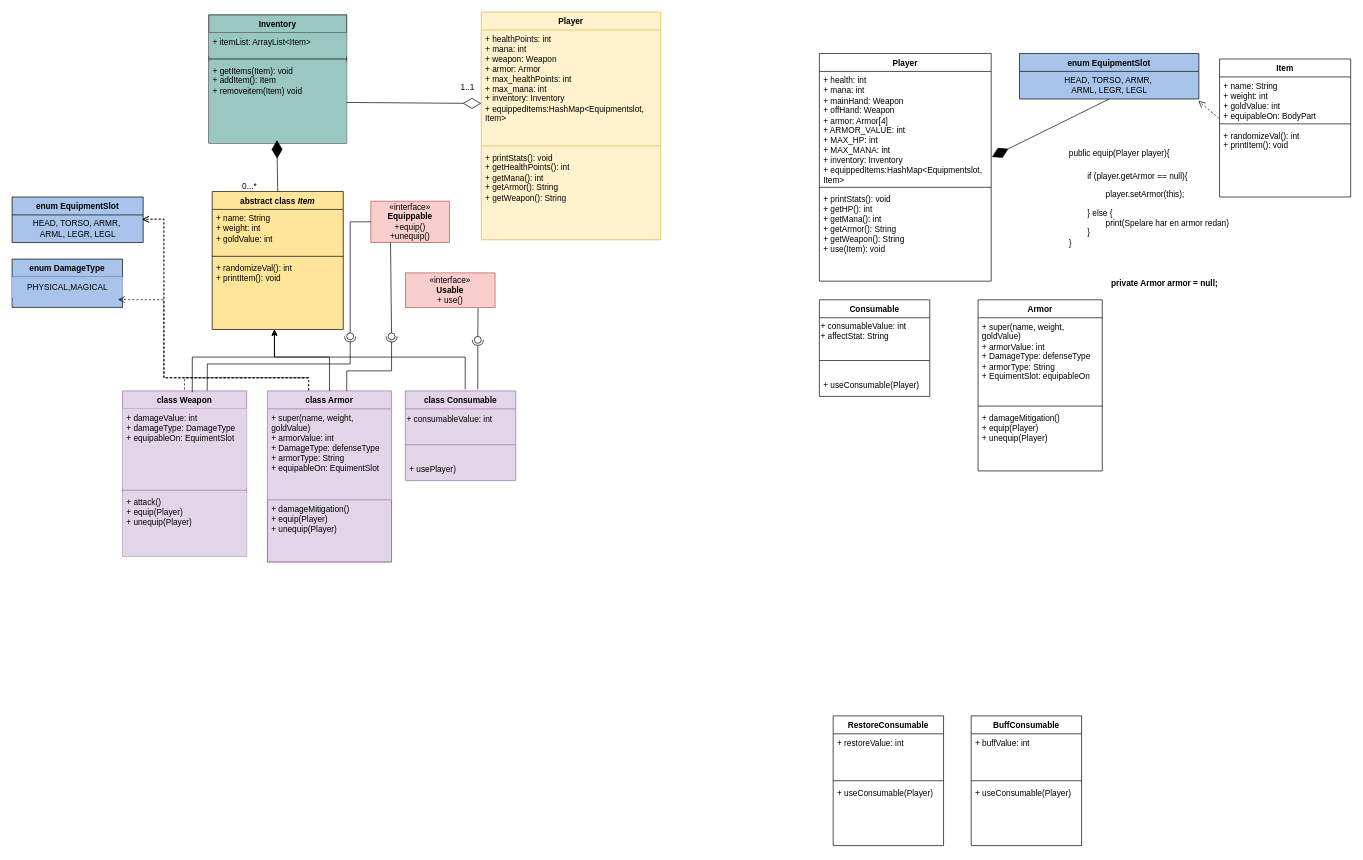
The draw.io diagram .idea/ooad-uml-diagram.drawio in PelleHanspers/ooad-individuell-uppgift-pellehanspers, before the edit. Source tidied: cells renumbered, new cells numbered last; positions are measured from the earlier drawing's top-left corner, leaving out a move shared by most shapes. Both pictures are drawn from the tidied source at 69%, with x=0, y=0 at pixel (12, 12).
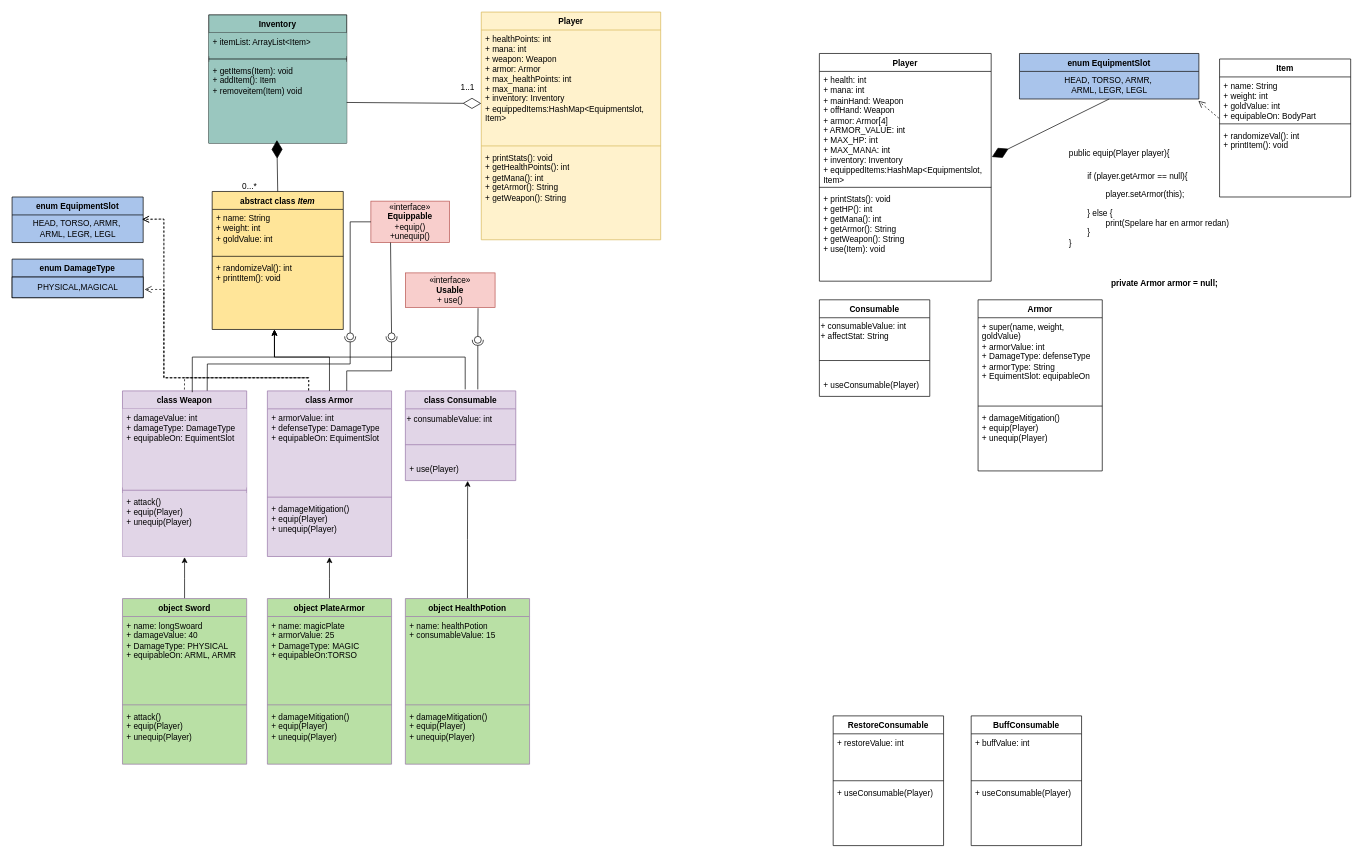
The same diagram, later.

The change refers to these unchanged cells:
```xml
<mxCell id="14" value="class Consumable" style="swimlane;fontStyle=1;align=center;verticalAlign=top;horizontal=1;startSize=26;whiteSpace=wrap;html=1;fillColor=#e1d5e7;strokeColor=#9673a6;swimlaneFillColor=#E1D5E7;" parent="1" vertex="1">
  <mxGeometry x="570" y="549" width="160" height="130" as="geometry" />
</mxCell>
```

Change to the diagram source:
```diff
@@
     <mxCell id="10" value="class Armor" style="swimlane;fontStyle=1;align=center;verticalAlign=top;horizontal=1;startSize=26;whiteSpace=wrap;html=1;fillColor=#e1d5e7;strokeColor=#9673a6;swimlaneFillColor=#E1D5E7;" parent="1" vertex="1">
-      <mxGeometry x="370" y="549" width="180" height="248" as="geometry" />
+      <mxGeometry x="370" y="549" width="180" height="240" as="geometry" />
     </mxCell>
-    <mxCell id="11" value="&lt;div&gt;+ super(name, weight, goldValue)&lt;br&gt;&lt;/div&gt;&lt;div&gt;+ armorValue: int&lt;/div&gt;&lt;div&gt;+ DamageType: defenseType&lt;/div&gt;&lt;div&gt;+ armorType: String&lt;br&gt;&lt;/div&gt;&lt;div&gt;+ equipableOn: EquimentSlot&lt;/div&gt;" style="text;strokeColor=none;fillColor=none;align=left;verticalAlign=top;spacingLeft=4;spacingRight=4;overflow=hidden;whiteSpace=wrap;html=1;" parent="10" vertex="1">
+    <mxCell id="11" value="&lt;div&gt;+ armorValue: int&lt;/div&gt;&lt;div&gt;+ defenseType: DamageType&lt;/div&gt;&lt;div&gt;+ equipableOn: EquimentSlot&lt;/div&gt;" style="text;strokeColor=none;fillColor=none;align=left;verticalAlign=top;spacingLeft=4;spacingRight=4;overflow=hidden;whiteSpace=wrap;html=1;" parent="10" vertex="1">
       <mxGeometry y="26" width="180" height="124" as="geometry" />
     </mxCell>
-    <mxCell id="12" style="line;strokeWidth=1;fillColor=none;align=left;verticalAlign=middle;spacingTop=-1;spacingLeft=3;spacingRight=3;labelPosition=right;strokeColor=none;" parent="10" vertex="1">
+    <mxCell id="12" style="line;strokeWidth=1;fillColor=none;align=left;verticalAlign=middle;spacingTop=-1;spacingLeft=3;spacingRight=3;labelPosition=right;strokeColor=#9673A6;" parent="10" vertex="1">
       <mxGeometry y="150" width="180" height="8" as="geometry" />
     </mxCell>
-    <mxCell id="13" value="&lt;div&gt;+ damageMitigation()&lt;br&gt;&lt;/div&gt;&lt;div&gt;&lt;div&gt;+ equip(Player)&lt;/div&gt;&lt;div&gt;+ unequip(Player)&lt;/div&gt;&lt;/div&gt;" style="text;strokeColor=#9673A6;fillColor=none;align=left;verticalAlign=top;spacingLeft=4;spacingRight=4;overflow=hidden;whiteSpace=wrap;html=1;" parent="10" vertex="1">
-      <mxGeometry y="158" width="180" height="90" as="geometry" />
+    <mxCell id="13" value="&lt;div&gt;+ damageMitigation()&lt;br&gt;&lt;/div&gt;&lt;div&gt;&lt;div&gt;+ equip(Player)&lt;/div&gt;&lt;div&gt;+ unequip(Player)&lt;/div&gt;&lt;/div&gt;" style="text;strokeColor=none;fillColor=none;align=left;verticalAlign=top;spacingLeft=4;spacingRight=4;overflow=hidden;whiteSpace=wrap;html=1;" parent="10" vertex="1">
+      <mxGeometry y="158" width="180" height="82" as="geometry" />
     </mxCell>
@@
-    <mxCell id="17" value="+ usePlayer)" style="text;strokeColor=none;fillColor=none;align=left;verticalAlign=top;spacingLeft=4;spacingRight=4;overflow=hidden;points=[[0,0.5],[1,0.5]];portConstraint=eastwest;whiteSpace=wrap;html=1;" parent="14" vertex="1">
+    <mxCell id="17" value="+ use(Player)" style="text;strokeColor=none;fillColor=none;align=left;verticalAlign=top;spacingLeft=4;spacingRight=4;overflow=hidden;points=[[0,0.5],[1,0.5]];portConstraint=eastwest;whiteSpace=wrap;html=1;" parent="14" vertex="1">
       <mxGeometry y="100" width="160" height="30" as="geometry" />
     </mxCell>
@@
     <mxCell id="50" value="enum DamageType" style="swimlane;fontStyle=1;align=center;verticalAlign=top;horizontal=1;startSize=26;whiteSpace=wrap;html=1;strokeColor=#000000;fillColor=#A9C4EB;swimlaneFillColor=#A9C4EB;" parent="1" vertex="1">
-      <mxGeometry y="358" width="160" height="70" as="geometry" />
+      <mxGeometry y="358" width="190" height="56" as="geometry" />
     </mxCell>
-    <mxCell id="51" value="&lt;div align=&quot;center&quot;&gt;PHYSICAL,MAGICAL&lt;/div&gt;" style="text;html=1;align=center;verticalAlign=middle;points=[];strokeColor=#A9C4EB;fillColor=#A9C4EB;" parent="50" vertex="1">
-      <mxGeometry y="26" width="160" height="30" as="geometry" />
+    <mxCell id="51" value="&lt;div align=&quot;center&quot;&gt;PHYSICAL,MAGICAL&lt;/div&gt;" style="text;html=1;align=center;verticalAlign=middle;points=[];strokeColor=#000000;fillColor=#A9C4EB;" parent="50" vertex="1">
+      <mxGeometry y="26" width="190" height="30" as="geometry" />
     </mxCell>
     <mxCell id="52" style="line;strokeWidth=1;fillColor=#A9C4EB;align=left;verticalAlign=middle;spacingTop=-1;spacingLeft=3;spacingRight=3;labelPosition=right;strokeColor=#A9C4EB;" parent="50" vertex="1">
-      <mxGeometry y="56" width="160" height="14" as="geometry" />
+      <mxGeometry y="56" width="190" as="geometry" />
     </mxCell>
@@
-    <mxCell id="69" style="html=1;verticalAlign=bottom;endArrow=open;dashed=1;endSize=8;curved=0;rounded=0;entryX=0.959;entryY=1.091;entryDx=0;entryDy=0;exitX=0.332;exitY=-0.003;exitDx=0;exitDy=0;exitPerimeter=0;entryPerimeter=0;" parent="1" edge="1" source="10" target="51">
+    <mxCell id="69" style="html=1;verticalAlign=bottom;endArrow=open;dashed=1;endSize=8;curved=0;rounded=0;entryX=1.011;entryY=0.6;entryDx=0;entryDy=0;exitX=0.332;exitY=-0.003;exitDx=0;exitDy=0;exitPerimeter=0;entryPerimeter=0;" parent="1" edge="1" source="10" target="51">
       <mxGeometry relative="1" as="geometry">
         <Array as="points">
           <mxPoint x="430" y="530" />
           <mxPoint x="220" y="530" />
-          <mxPoint x="220" y="417" />
+          <mxPoint x="220" y="402" />
         </Array>
       </mxGeometry>
     </mxCell>
@@
+    <mxCell id="82" style="edgeStyle=orthogonalEdgeStyle;rounded=0;jettySize=auto;html=1;" parent="1" edge="1" source="83">
+      <mxGeometry relative="1" as="geometry">
+        <mxPoint x="250" y="790" as="targetPoint" />
+      </mxGeometry>
+    </mxCell>
+    <mxCell id="83" value="object Sword " style="swimlane;fontStyle=1;align=center;verticalAlign=top;horizontal=1;startSize=26;whiteSpace=wrap;html=1;fillColor=#B9E0A5;strokeColor=#9673a6;swimlaneFillColor=#B9E0A5;" parent="1" vertex="1">
+      <mxGeometry x="160" y="850" width="180" height="240" as="geometry" />
+    </mxCell>
+    <mxCell id="84" value="&lt;div&gt;+ name: longSwoard&lt;br&gt;&lt;/div&gt;&lt;div&gt;+&amp;nbsp;damageValue: 40&lt;br&gt;&lt;/div&gt;&lt;div&gt;+ DamageType: PHYSICAL &lt;/div&gt;&lt;div&gt;+ equipableOn: ARML, ARMR&lt;br&gt;&lt;/div&gt;" style="text;strokeColor=none;fillColor=none;align=left;verticalAlign=top;spacingLeft=4;spacingRight=4;overflow=hidden;whiteSpace=wrap;html=1;" parent="83" vertex="1">
+      <mxGeometry y="26" width="180" height="124" as="geometry" />
+    </mxCell>
+    <mxCell id="85" style="line;strokeWidth=1;fillColor=none;align=left;verticalAlign=middle;spacingTop=-1;spacingLeft=3;spacingRight=3;labelPosition=right;strokeColor=#9673A6;" parent="83" vertex="1">
+      <mxGeometry y="150" width="180" height="8" as="geometry" />
+    </mxCell>
+    <mxCell id="86" value="&lt;div&gt;+ attack()&lt;br&gt;&lt;/div&gt;&lt;div&gt;&lt;div&gt;+ equip(Player)&lt;/div&gt;&lt;div&gt;+ unequip(Player)&lt;/div&gt;&lt;/div&gt;" style="text;strokeColor=none;fillColor=none;align=left;verticalAlign=top;spacingLeft=4;spacingRight=4;overflow=hidden;whiteSpace=wrap;html=1;" parent="83" vertex="1">
+      <mxGeometry y="158" width="180" height="82" as="geometry" />
+    </mxCell>
+    <mxCell id="87" style="edgeStyle=orthogonalEdgeStyle;rounded=0;jettySize=auto;html=1;exitX=0.5;exitY=0;exitDx=0;exitDy=0;" parent="1" edge="1" source="88">
+      <mxGeometry relative="1" as="geometry">
+        <mxPoint x="460" y="790" as="targetPoint" />
+      </mxGeometry>
+    </mxCell>
+    <mxCell id="88" value="object PlateArmor " style="swimlane;fontStyle=1;align=center;verticalAlign=top;horizontal=1;startSize=26;whiteSpace=wrap;html=1;fillColor=#B9E0A5;strokeColor=#9673a6;swimlaneFillColor=#B9E0A5;" parent="1" vertex="1">
+      <mxGeometry x="370" y="850" width="180" height="240" as="geometry" />
+    </mxCell>
+    <mxCell id="89" value="&lt;div&gt;+ name: magicPlate&lt;br&gt;&lt;/div&gt;&lt;div&gt;+ armorValue: 25&lt;br&gt;&lt;/div&gt;&lt;div&gt;+ DamageType: MAGIC&lt;/div&gt;&lt;div&gt;+ equipableOn:TORSO&lt;/div&gt;" style="text;strokeColor=none;fillColor=none;align=left;verticalAlign=top;spacingLeft=4;spacingRight=4;overflow=hidden;whiteSpace=wrap;html=1;" parent="88" vertex="1">
+      <mxGeometry y="26" width="180" height="124" as="geometry" />
+    </mxCell>
+    <mxCell id="90" style="line;strokeWidth=1;fillColor=none;align=left;verticalAlign=middle;spacingTop=-1;spacingLeft=3;spacingRight=3;labelPosition=right;strokeColor=#9673A6;" parent="88" vertex="1">
+      <mxGeometry y="150" width="180" height="8" as="geometry" />
+    </mxCell>
+    <mxCell id="91" value="&lt;div&gt;+ damageMitigation()&lt;br&gt;&lt;/div&gt;&lt;div&gt;&lt;div&gt;+ equip(Player)&lt;/div&gt;&lt;div&gt;+ unequip(Player)&lt;/div&gt;&lt;/div&gt;" style="text;strokeColor=none;fillColor=none;align=left;verticalAlign=top;spacingLeft=4;spacingRight=4;overflow=hidden;whiteSpace=wrap;html=1;" parent="88" vertex="1">
+      <mxGeometry y="158" width="180" height="82" as="geometry" />
+    </mxCell>
+    <mxCell id="92" style="edgeStyle=orthogonalEdgeStyle;rounded=0;jettySize=auto;html=1;entryX=0.564;entryY=1.016;entryDx=0;entryDy=0;entryPerimeter=0;" parent="1" edge="1" source="93" target="17">
+      <mxGeometry relative="1" as="geometry" />
+    </mxCell>
+    <mxCell id="93" value="object HealthPotion" style="swimlane;fontStyle=1;align=center;verticalAlign=top;horizontal=1;startSize=26;whiteSpace=wrap;html=1;fillColor=#B9E0A5;strokeColor=#9673a6;swimlaneFillColor=#B9E0A5;" parent="1" vertex="1">
+      <mxGeometry x="570" y="850" width="180" height="240" as="geometry" />
+    </mxCell>
+    <mxCell id="94" value="&lt;div&gt;+ name: healthPotion&lt;br&gt;&lt;/div&gt;&lt;div&gt;+ consumableValue: 15&lt;/div&gt;" style="text;strokeColor=none;fillColor=none;align=left;verticalAlign=top;spacingLeft=4;spacingRight=4;overflow=hidden;whiteSpace=wrap;html=1;" parent="93" vertex="1">
+      <mxGeometry y="26" width="180" height="124" as="geometry" />
+    </mxCell>
+    <mxCell id="95" style="line;strokeWidth=1;fillColor=none;align=left;verticalAlign=middle;spacingTop=-1;spacingLeft=3;spacingRight=3;labelPosition=right;strokeColor=#9673A6;" parent="93" vertex="1">
+      <mxGeometry y="150" width="180" height="8" as="geometry" />
+    </mxCell>
+    <mxCell id="96" value="&lt;div&gt;+ damageMitigation()&lt;br&gt;&lt;/div&gt;&lt;div&gt;&lt;div&gt;+ equip(Player)&lt;/div&gt;&lt;div&gt;+ unequip(Player)&lt;/div&gt;&lt;/div&gt;" style="text;strokeColor=none;fillColor=none;align=left;verticalAlign=top;spacingLeft=4;spacingRight=4;overflow=hidden;whiteSpace=wrap;html=1;" parent="93" vertex="1">
+      <mxGeometry y="158" width="180" height="82" as="geometry" />
+    </mxCell>
```
